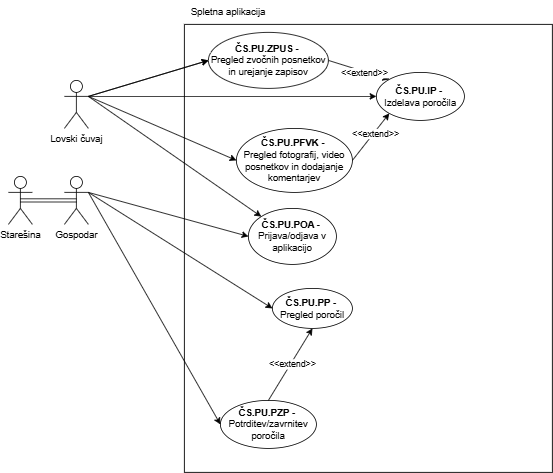
ErnestISv/Lovstvo keeps this draw.io diagram as Lovski cuvaj-Spletna aplikacija.drawio.png. Above is the earlier version. Source tidied: cells renumbered, new cells last; positions are measured from the earlier drawing's top-left corner, leaving out a move shared by most shapes.
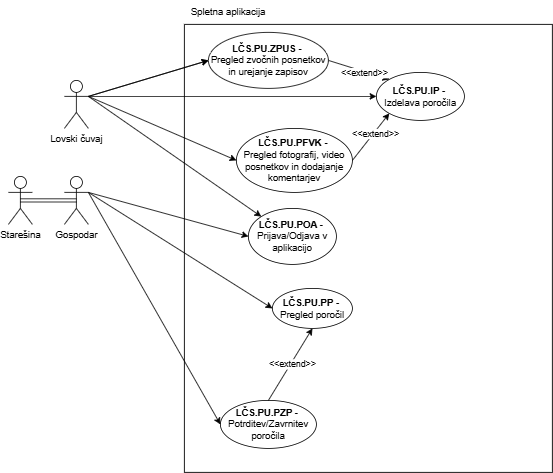
After the commit.

Diff of the diagram source:
```diff
@@ -14,19 +14,19 @@
     <mxCell id="5" value="Gospodar" style="shape=umlActor;verticalLabelPosition=bottom;verticalAlign=top;html=1;outlineConnect=0;" parent="1" vertex="1">
       <mxGeometry x="70" y="220" width="30" height="60" as="geometry" />
     </mxCell>
-    <mxCell id="6" value="&lt;div&gt;&lt;b&gt;ČS.PU.IP -&amp;nbsp;&lt;/b&gt;&lt;/div&gt;Izdelava poročila" style="ellipse;whiteSpace=wrap;html=1;" parent="1" vertex="1">
+    <mxCell id="6" value="&lt;div&gt;&lt;b&gt;LČS.PU.IP -&amp;nbsp;&lt;/b&gt;&lt;/div&gt;Izdelava poročila" style="ellipse;whiteSpace=wrap;html=1;" parent="1" vertex="1">
       <mxGeometry x="460" y="90" width="110" height="60" as="geometry" />
     </mxCell>
     <mxCell id="7" style="endArrow=classic;html=1;rounded=0;exitX=1;exitY=0.3333333333333333;exitDx=0;exitDy=0;exitPerimeter=0;entryX=0;entryY=0.5;entryDx=0;entryDy=0;" parent="1" edge="1" source="3" target="6">
       <mxGeometry relative="1" as="geometry" />
     </mxCell>
-    <mxCell id="8" value="&lt;div&gt;&lt;b&gt;ČS.PU.PP -&amp;nbsp;&lt;/b&gt;&lt;/div&gt;Pregled poročil" style="ellipse;whiteSpace=wrap;html=1;" parent="1" vertex="1">
+    <mxCell id="8" value="&lt;div&gt;&lt;b&gt;LČS.PU.PP -&amp;nbsp;&lt;/b&gt;&lt;/div&gt;Pregled poročil" style="ellipse;whiteSpace=wrap;html=1;" parent="1" vertex="1">
       <mxGeometry x="330" y="360" width="100" height="50" as="geometry" />
     </mxCell>
     <mxCell id="9" style="endArrow=classic;html=1;rounded=0;exitX=1;exitY=0.3333333333333333;exitDx=0;exitDy=0;exitPerimeter=0;entryX=0;entryY=0.5;entryDx=0;entryDy=0;" parent="1" edge="1" source="5" target="8">
       <mxGeometry relative="1" as="geometry" />
     </mxCell>
-    <mxCell id="10" value="&lt;div&gt;&lt;b&gt;ČS.PU.PZP -&amp;nbsp;&lt;/b&gt;&lt;/div&gt;Potrditev/zavrnitev poročila" style="ellipse;whiteSpace=wrap;html=1;" parent="1" vertex="1">
+    <mxCell id="10" value="&lt;div&gt;&lt;b&gt;LČS.PU.PZP -&amp;nbsp;&lt;/b&gt;&lt;/div&gt;Potrditev/Zavrnitev poročila" style="ellipse;whiteSpace=wrap;html=1;" parent="1" vertex="1">
       <mxGeometry x="265" y="500" width="120" height="60" as="geometry" />
     </mxCell>
     <mxCell id="11" style="endArrow=classic;html=1;rounded=0;exitX=1;exitY=0.3333333333333333;exitDx=0;exitDy=0;exitPerimeter=0;entryX=0;entryY=0.5;entryDx=0;entryDy=0;" parent="1" edge="1" source="5" target="10">
@@ -35,7 +35,7 @@
     <mxCell id="12" value="Spletna aplikacija" style="text;html=1;align=center;verticalAlign=middle;whiteSpace=wrap;rounded=0;" parent="1" vertex="1">
       <mxGeometry x="220" width="110" height="30" as="geometry" />
     </mxCell>
-    <mxCell id="13" value="&lt;div&gt;&lt;b&gt;ČS.PU.POA -&amp;nbsp;&lt;/b&gt;&lt;/div&gt;Prijava/odjava v aplikacijo" style="ellipse;whiteSpace=wrap;html=1;" parent="1" vertex="1">
+    <mxCell id="13" value="&lt;div&gt;&lt;b&gt;LČS.PU.POA -&amp;nbsp;&lt;/b&gt;&lt;/div&gt;Prijava/Odjava v aplikacijo" style="ellipse;whiteSpace=wrap;html=1;" parent="1" vertex="1">
       <mxGeometry x="300" y="260" width="110" height="70" as="geometry" />
     </mxCell>
     <mxCell id="14" style="endArrow=classic;html=1;rounded=0;entryX=0;entryY=0;entryDx=0;entryDy=0;" parent="1" edge="1" target="13">
@@ -43,7 +43,7 @@
         <mxPoint x="100" y="120" as="sourcePoint" />
       </mxGeometry>
     </mxCell>
-    <mxCell id="15" value="&lt;div&gt;&lt;b&gt;ČS.PU.PFVK -&amp;nbsp;&lt;/b&gt;&lt;/div&gt;Pregled fotografij, video posnetkov in dodajanje komentarjev" style="ellipse;whiteSpace=wrap;html=1;" parent="1" vertex="1">
+    <mxCell id="15" value="&lt;div&gt;&lt;b&gt;LČS.PU.PFVK -&amp;nbsp;&lt;/b&gt;&lt;/div&gt;Pregled fotografij, video posnetkov in dodajanje komentarjev" style="ellipse;whiteSpace=wrap;html=1;" parent="1" vertex="1">
       <mxGeometry x="285" y="160" width="145" height="80" as="geometry" />
     </mxCell>
     <mxCell id="16" style="endArrow=classic;html=1;rounded=0;exitX=1;exitY=0.3333333333333333;exitDx=0;exitDy=0;exitPerimeter=0;entryX=0;entryY=0.5;entryDx=0;entryDy=0;" parent="1" edge="1" source="3" target="15">
@@ -55,7 +55,7 @@
     <mxCell id="18" style="endArrow=classic;html=1;rounded=0;exitX=1;exitY=0.3333333333333333;exitDx=0;exitDy=0;exitPerimeter=0;entryX=0;entryY=0.5;entryDx=0;entryDy=0;" parent="1" edge="1" source="3" target="19">
       <mxGeometry relative="1" as="geometry" />
     </mxCell>
-    <mxCell id="19" value="&lt;div&gt;&lt;b&gt;ČS.PU.ZPUS -&amp;nbsp;&lt;/b&gt;&lt;/div&gt;Pregled zvočnih posnetkov in urejanje zapisov" style="ellipse;whiteSpace=wrap;html=1;" parent="1" vertex="1">
+    <mxCell id="19" value="&lt;div&gt;&lt;b&gt;LČS.PU.ZPUS -&amp;nbsp;&lt;/b&gt;&lt;/div&gt;Pregled zvočnih posnetkov in urejanje zapisov" style="ellipse;whiteSpace=wrap;html=1;" parent="1" vertex="1">
       <mxGeometry x="250" y="40" width="150" height="70" as="geometry" />
     </mxCell>
     <mxCell id="20" style="endArrow=classic;html=1;rounded=0;exitX=1;exitY=0.3333333333333333;exitDx=0;exitDy=0;exitPerimeter=0;entryX=0;entryY=0.5;entryDx=0;entryDy=0;" parent="1" edge="1" source="5" target="13">
```
